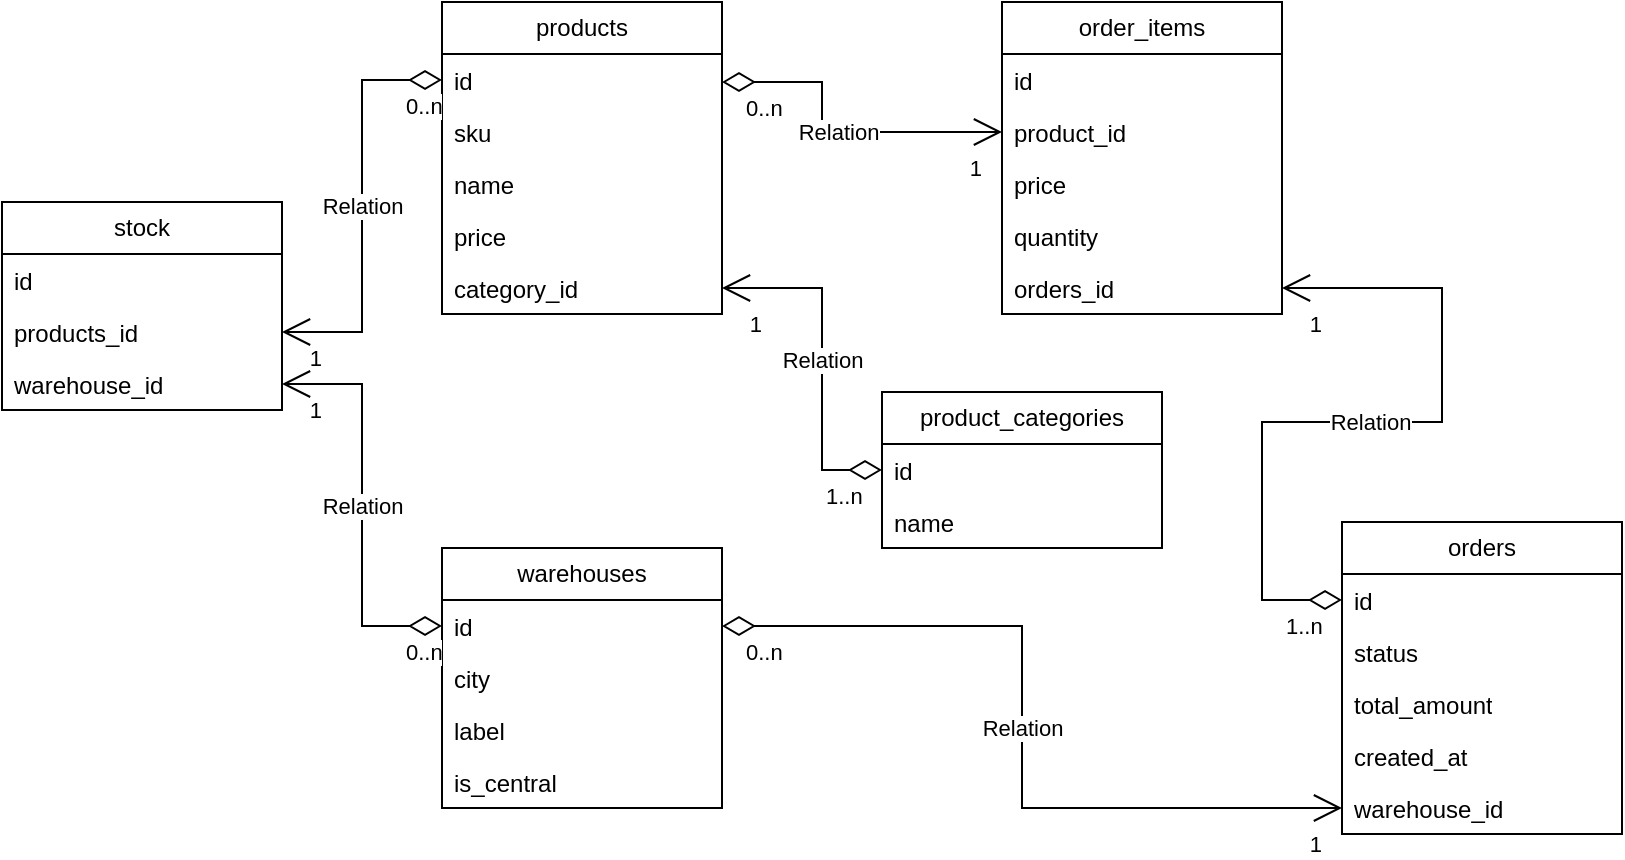
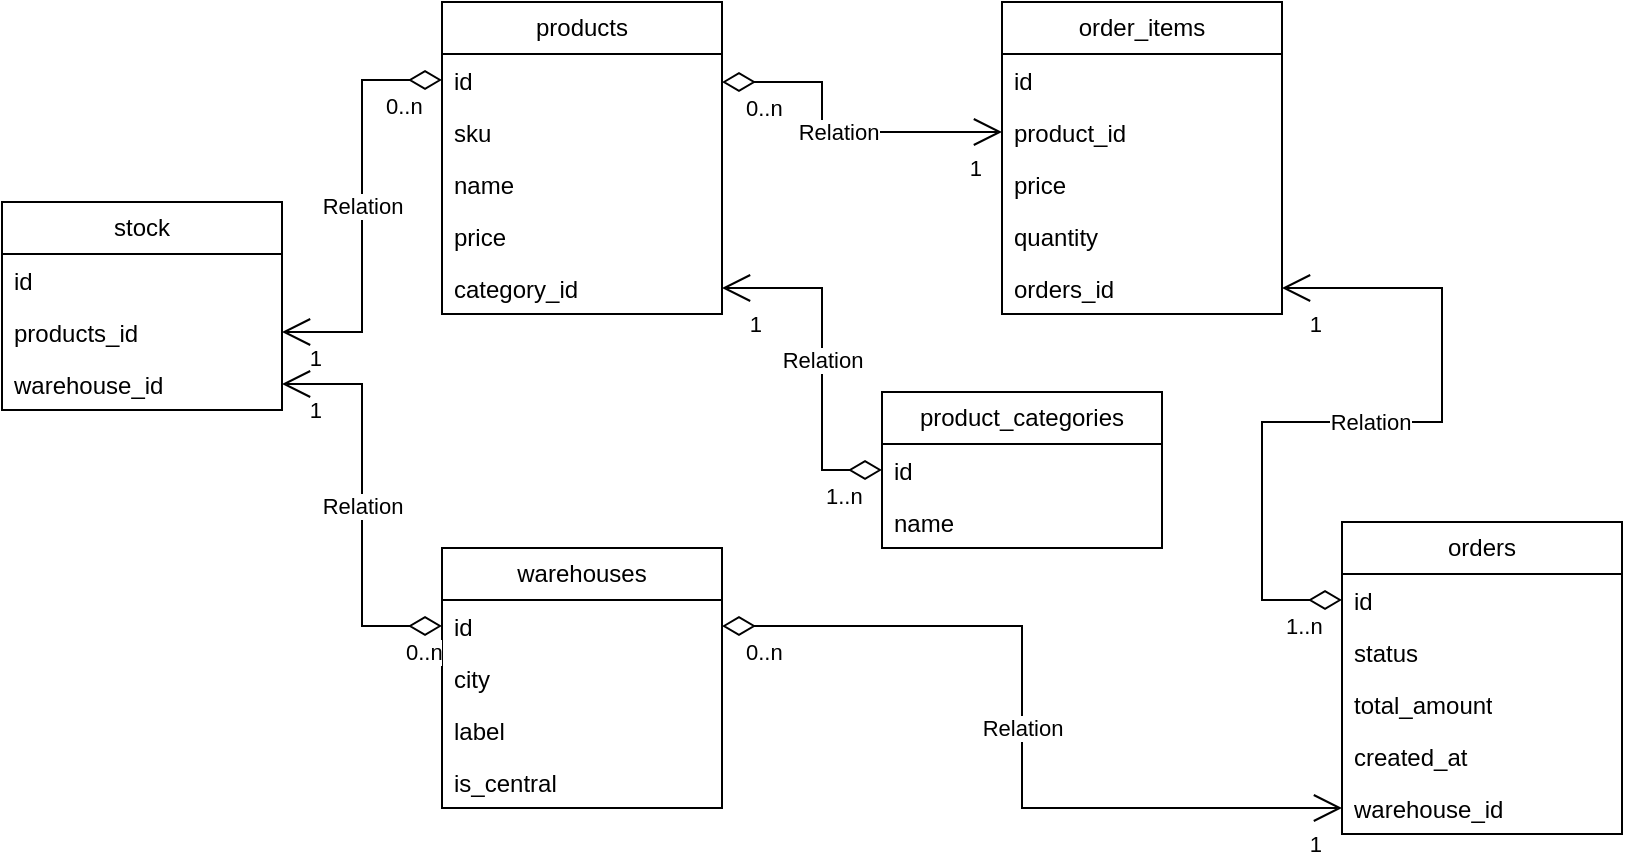
<mxfile host="Electron">
  <diagram name="Page-1" id="gUcSfgLNdt7rPAKMaqMy">
-     <mxGraphModel dx="1583" dy="882" grid="1" gridSize="10" guides="1" tooltips="1" connect="1" arrows="1" fold="1" page="1" pageScale="1" pageWidth="850" pageHeight="1100" math="0" shadow="0">
+     <mxGraphModel dx="658" dy="882" grid="1" gridSize="10" guides="1" tooltips="1" connect="1" arrows="1" fold="1" page="1" pageScale="1" pageWidth="850" pageHeight="1100" math="0" shadow="0">
      <root>
        <mxCell id="0" />
        <mxCell id="1" parent="0" />
        <mxCell id="QjZsl1uf1OephT6UYBDD-1" parent="1" style="swimlane;fontStyle=0;childLayout=stackLayout;horizontal=1;startSize=26;fillColor=none;horizontalStack=0;resizeParent=1;resizeParentMax=0;resizeLast=0;collapsible=1;marginBottom=0;whiteSpace=wrap;html=1;" value="warehouses" vertex="1">
          <mxGeometry height="130" width="140" x="240" y="293" as="geometry" />
        </mxCell>
        <mxCell id="QjZsl1uf1OephT6UYBDD-2" parent="QjZsl1uf1OephT6UYBDD-1" style="text;strokeColor=none;fillColor=none;align=left;verticalAlign=top;spacingLeft=4;spacingRight=4;overflow=hidden;rotatable=0;points=[[0,0.5],[1,0.5]];portConstraint=eastwest;whiteSpace=wrap;html=1;" value="id" vertex="1">
          <mxGeometry height="26" width="140" y="26" as="geometry" />
        </mxCell>
        <mxCell id="QjZsl1uf1OephT6UYBDD-3" parent="QjZsl1uf1OephT6UYBDD-1" style="text;strokeColor=none;fillColor=none;align=left;verticalAlign=top;spacingLeft=4;spacingRight=4;overflow=hidden;rotatable=0;points=[[0,0.5],[1,0.5]];portConstraint=eastwest;whiteSpace=wrap;html=1;" value="city" vertex="1">
          <mxGeometry height="26" width="140" y="52" as="geometry" />
        </mxCell>
        <mxCell id="QjZsl1uf1OephT6UYBDD-4" parent="QjZsl1uf1OephT6UYBDD-1" style="text;strokeColor=none;fillColor=none;align=left;verticalAlign=top;spacingLeft=4;spacingRight=4;overflow=hidden;rotatable=0;points=[[0,0.5],[1,0.5]];portConstraint=eastwest;whiteSpace=wrap;html=1;" value="label" vertex="1">
          <mxGeometry height="26" width="140" y="78" as="geometry" />
        </mxCell>
        <mxCell id="QjZsl1uf1OephT6UYBDD-21" parent="QjZsl1uf1OephT6UYBDD-1" style="text;strokeColor=none;fillColor=none;align=left;verticalAlign=top;spacingLeft=4;spacingRight=4;overflow=hidden;rotatable=0;points=[[0,0.5],[1,0.5]];portConstraint=eastwest;whiteSpace=wrap;html=1;" value="is_central" vertex="1">
          <mxGeometry height="26" width="140" y="104" as="geometry" />
        </mxCell>
        <mxCell id="QjZsl1uf1OephT6UYBDD-5" parent="1" style="swimlane;fontStyle=0;childLayout=stackLayout;horizontal=1;startSize=26;fillColor=none;horizontalStack=0;resizeParent=1;resizeParentMax=0;resizeLast=0;collapsible=1;marginBottom=0;whiteSpace=wrap;html=1;" value="products" vertex="1">
          <mxGeometry height="156" width="140" x="240" y="20" as="geometry" />
        </mxCell>
        <mxCell id="QjZsl1uf1OephT6UYBDD-6" parent="QjZsl1uf1OephT6UYBDD-5" style="text;strokeColor=none;fillColor=none;align=left;verticalAlign=top;spacingLeft=4;spacingRight=4;overflow=hidden;rotatable=0;points=[[0,0.5],[1,0.5]];portConstraint=eastwest;whiteSpace=wrap;html=1;" value="id" vertex="1">
          <mxGeometry height="26" width="140" y="26" as="geometry" />
        </mxCell>
        <mxCell id="QjZsl1uf1OephT6UYBDD-7" parent="QjZsl1uf1OephT6UYBDD-5" style="text;strokeColor=none;fillColor=none;align=left;verticalAlign=top;spacingLeft=4;spacingRight=4;overflow=hidden;rotatable=0;points=[[0,0.5],[1,0.5]];portConstraint=eastwest;whiteSpace=wrap;html=1;" value="sku" vertex="1">
          <mxGeometry height="26" width="140" y="52" as="geometry" />
        </mxCell>
        <mxCell id="QjZsl1uf1OephT6UYBDD-8" parent="QjZsl1uf1OephT6UYBDD-5" style="text;strokeColor=none;fillColor=none;align=left;verticalAlign=top;spacingLeft=4;spacingRight=4;overflow=hidden;rotatable=0;points=[[0,0.5],[1,0.5]];portConstraint=eastwest;whiteSpace=wrap;html=1;" value="name" vertex="1">
          <mxGeometry height="26" width="140" y="78" as="geometry" />
        </mxCell>
        <mxCell id="QjZsl1uf1OephT6UYBDD-20" parent="QjZsl1uf1OephT6UYBDD-5" style="text;strokeColor=none;fillColor=none;align=left;verticalAlign=top;spacingLeft=4;spacingRight=4;overflow=hidden;rotatable=0;points=[[0,0.5],[1,0.5]];portConstraint=eastwest;whiteSpace=wrap;html=1;" value="price" vertex="1">
          <mxGeometry height="26" width="140" y="104" as="geometry" />
        </mxCell>
        <mxCell id="QjZsl1uf1OephT6UYBDD-19" parent="QjZsl1uf1OephT6UYBDD-5" style="text;strokeColor=none;fillColor=none;align=left;verticalAlign=top;spacingLeft=4;spacingRight=4;overflow=hidden;rotatable=0;points=[[0,0.5],[1,0.5]];portConstraint=eastwest;whiteSpace=wrap;html=1;" value="category_id" vertex="1">
          <mxGeometry height="26" width="140" y="130" as="geometry" />
        </mxCell>
        <mxCell id="QjZsl1uf1OephT6UYBDD-13" parent="1" style="swimlane;fontStyle=0;childLayout=stackLayout;horizontal=1;startSize=26;fillColor=none;horizontalStack=0;resizeParent=1;resizeParentMax=0;resizeLast=0;collapsible=1;marginBottom=0;whiteSpace=wrap;html=1;" value="orders" vertex="1">
          <mxGeometry height="156" width="140" x="690" y="280" as="geometry" />
        </mxCell>
        <mxCell id="QjZsl1uf1OephT6UYBDD-14" parent="QjZsl1uf1OephT6UYBDD-13" style="text;strokeColor=none;fillColor=none;align=left;verticalAlign=top;spacingLeft=4;spacingRight=4;overflow=hidden;rotatable=0;points=[[0,0.5],[1,0.5]];portConstraint=eastwest;whiteSpace=wrap;html=1;" value="id&lt;div&gt;&lt;br&gt;&lt;/div&gt;" vertex="1">
          <mxGeometry height="26" width="140" y="26" as="geometry" />
        </mxCell>
        <mxCell id="QjZsl1uf1OephT6UYBDD-15" parent="QjZsl1uf1OephT6UYBDD-13" style="text;strokeColor=none;fillColor=none;align=left;verticalAlign=top;spacingLeft=4;spacingRight=4;overflow=hidden;rotatable=0;points=[[0,0.5],[1,0.5]];portConstraint=eastwest;whiteSpace=wrap;html=1;" value="status" vertex="1">
          <mxGeometry height="26" width="140" y="52" as="geometry" />
        </mxCell>
        <mxCell id="QjZsl1uf1OephT6UYBDD-17" parent="QjZsl1uf1OephT6UYBDD-13" style="text;strokeColor=none;fillColor=none;align=left;verticalAlign=top;spacingLeft=4;spacingRight=4;overflow=hidden;rotatable=0;points=[[0,0.5],[1,0.5]];portConstraint=eastwest;whiteSpace=wrap;html=1;" value="total_amount" vertex="1">
          <mxGeometry height="26" width="140" y="78" as="geometry" />
        </mxCell>
        <mxCell id="QjZsl1uf1OephT6UYBDD-18" parent="QjZsl1uf1OephT6UYBDD-13" style="text;strokeColor=none;fillColor=none;align=left;verticalAlign=top;spacingLeft=4;spacingRight=4;overflow=hidden;rotatable=0;points=[[0,0.5],[1,0.5]];portConstraint=eastwest;whiteSpace=wrap;html=1;" value="created_at" vertex="1">
          <mxGeometry height="26" width="140" y="104" as="geometry" />
        </mxCell>
        <mxCell id="QjZsl1uf1OephT6UYBDD-16" parent="QjZsl1uf1OephT6UYBDD-13" style="text;strokeColor=none;fillColor=none;align=left;verticalAlign=top;spacingLeft=4;spacingRight=4;overflow=hidden;rotatable=0;points=[[0,0.5],[1,0.5]];portConstraint=eastwest;whiteSpace=wrap;html=1;" value="warehouse_id" vertex="1">
          <mxGeometry height="26" width="140" y="130" as="geometry" />
        </mxCell>
        <mxCell id="QjZsl1uf1OephT6UYBDD-24" parent="1" style="swimlane;fontStyle=0;childLayout=stackLayout;horizontal=1;startSize=26;fillColor=none;horizontalStack=0;resizeParent=1;resizeParentMax=0;resizeLast=0;collapsible=1;marginBottom=0;whiteSpace=wrap;html=1;" value="order_items" vertex="1">
          <mxGeometry height="156" width="140" x="520" y="20" as="geometry" />
        </mxCell>
        <mxCell id="QjZsl1uf1OephT6UYBDD-25" parent="QjZsl1uf1OephT6UYBDD-24" style="text;strokeColor=none;fillColor=none;align=left;verticalAlign=top;spacingLeft=4;spacingRight=4;overflow=hidden;rotatable=0;points=[[0,0.5],[1,0.5]];portConstraint=eastwest;whiteSpace=wrap;html=1;" value="id&lt;div&gt;&lt;br&gt;&lt;/div&gt;" vertex="1">
          <mxGeometry height="26" width="140" y="26" as="geometry" />
        </mxCell>
        <mxCell id="QjZsl1uf1OephT6UYBDD-26" parent="QjZsl1uf1OephT6UYBDD-24" style="text;strokeColor=none;fillColor=none;align=left;verticalAlign=top;spacingLeft=4;spacingRight=4;overflow=hidden;rotatable=0;points=[[0,0.5],[1,0.5]];portConstraint=eastwest;whiteSpace=wrap;html=1;" value="product_id" vertex="1">
          <mxGeometry height="26" width="140" y="52" as="geometry" />
        </mxCell>
        <mxCell id="QjZsl1uf1OephT6UYBDD-27" parent="QjZsl1uf1OephT6UYBDD-24" style="text;strokeColor=none;fillColor=none;align=left;verticalAlign=top;spacingLeft=4;spacingRight=4;overflow=hidden;rotatable=0;points=[[0,0.5],[1,0.5]];portConstraint=eastwest;whiteSpace=wrap;html=1;" value="price" vertex="1">
          <mxGeometry height="26" width="140" y="78" as="geometry" />
        </mxCell>
        <mxCell id="QjZsl1uf1OephT6UYBDD-48" parent="QjZsl1uf1OephT6UYBDD-24" style="text;strokeColor=none;fillColor=none;align=left;verticalAlign=top;spacingLeft=4;spacingRight=4;overflow=hidden;rotatable=0;points=[[0,0.5],[1,0.5]];portConstraint=eastwest;whiteSpace=wrap;html=1;" value="quantity" vertex="1">
          <mxGeometry height="26" width="140" y="104" as="geometry" />
        </mxCell>
        <mxCell id="QjZsl1uf1OephT6UYBDD-28" parent="QjZsl1uf1OephT6UYBDD-24" style="text;strokeColor=none;fillColor=none;align=left;verticalAlign=top;spacingLeft=4;spacingRight=4;overflow=hidden;rotatable=0;points=[[0,0.5],[1,0.5]];portConstraint=eastwest;whiteSpace=wrap;html=1;" value="orders_id" vertex="1">
          <mxGeometry height="26" width="140" y="130" as="geometry" />
        </mxCell>
        <mxCell id="QjZsl1uf1OephT6UYBDD-30" parent="1" style="swimlane;fontStyle=0;childLayout=stackLayout;horizontal=1;startSize=26;fillColor=none;horizontalStack=0;resizeParent=1;resizeParentMax=0;resizeLast=0;collapsible=1;marginBottom=0;whiteSpace=wrap;html=1;" value="stock" vertex="1">
          <mxGeometry height="104" width="140" x="20" y="120" as="geometry" />
        </mxCell>
        <mxCell id="QjZsl1uf1OephT6UYBDD-31" parent="QjZsl1uf1OephT6UYBDD-30" style="text;strokeColor=none;fillColor=none;align=left;verticalAlign=top;spacingLeft=4;spacingRight=4;overflow=hidden;rotatable=0;points=[[0,0.5],[1,0.5]];portConstraint=eastwest;whiteSpace=wrap;html=1;" value="id" vertex="1">
          <mxGeometry height="26" width="140" y="26" as="geometry" />
        </mxCell>
        <mxCell id="QjZsl1uf1OephT6UYBDD-33" parent="QjZsl1uf1OephT6UYBDD-30" style="text;strokeColor=none;fillColor=none;align=left;verticalAlign=top;spacingLeft=4;spacingRight=4;overflow=hidden;rotatable=0;points=[[0,0.5],[1,0.5]];portConstraint=eastwest;whiteSpace=wrap;html=1;" value="products_id" vertex="1">
          <mxGeometry height="26" width="140" y="52" as="geometry" />
        </mxCell>
        <mxCell id="QjZsl1uf1OephT6UYBDD-32" parent="QjZsl1uf1OephT6UYBDD-30" style="text;strokeColor=none;fillColor=none;align=left;verticalAlign=top;spacingLeft=4;spacingRight=4;overflow=hidden;rotatable=0;points=[[0,0.5],[1,0.5]];portConstraint=eastwest;whiteSpace=wrap;html=1;" value="warehouse_id" vertex="1">
          <mxGeometry height="26" width="140" y="78" as="geometry" />
        </mxCell>
        <mxCell id="QjZsl1uf1OephT6UYBDD-35" edge="1" parent="1" source="QjZsl1uf1OephT6UYBDD-6" style="endArrow=open;html=1;endSize=12;startArrow=diamondThin;startSize=14;startFill=0;edgeStyle=orthogonalEdgeStyle;rounded=0;exitX=0;exitY=0.5;exitDx=0;exitDy=0;" target="QjZsl1uf1OephT6UYBDD-33" value="Relation">
          <mxGeometry relative="1" as="geometry">
            <mxPoint x="220" y="160" as="sourcePoint" />
            <mxPoint x="380" y="160" as="targetPoint" />
          </mxGeometry>
        </mxCell>
        <mxCell id="QjZsl1uf1OephT6UYBDD-36" connectable="0" parent="QjZsl1uf1OephT6UYBDD-35" style="edgeLabel;resizable=0;html=1;align=left;verticalAlign=top;" value="0..n" vertex="1">
          <mxGeometry relative="1" x="-1" as="geometry">
-             <mxPoint x="-20" as="offset" />
+             <mxPoint x="-30" as="offset" />
          </mxGeometry>
        </mxCell>
        <mxCell id="QjZsl1uf1OephT6UYBDD-37" connectable="0" parent="QjZsl1uf1OephT6UYBDD-35" style="edgeLabel;resizable=0;html=1;align=right;verticalAlign=top;" value="1" vertex="1">
          <mxGeometry relative="1" x="1" as="geometry">
            <mxPoint x="20" as="offset" />
          </mxGeometry>
        </mxCell>
        <mxCell id="QjZsl1uf1OephT6UYBDD-41" edge="1" parent="1" source="QjZsl1uf1OephT6UYBDD-2" style="endArrow=open;html=1;endSize=12;startArrow=diamondThin;startSize=14;startFill=0;edgeStyle=orthogonalEdgeStyle;rounded=0;exitX=0;exitY=0.5;exitDx=0;exitDy=0;entryX=1;entryY=0.5;entryDx=0;entryDy=0;" target="QjZsl1uf1OephT6UYBDD-32" value="Relation">
          <mxGeometry relative="1" as="geometry">
            <mxPoint x="190" y="280" as="sourcePoint" />
            <mxPoint x="60" y="406" as="targetPoint" />
          </mxGeometry>
        </mxCell>
        <mxCell id="QjZsl1uf1OephT6UYBDD-42" connectable="0" parent="QjZsl1uf1OephT6UYBDD-41" style="edgeLabel;resizable=0;html=1;align=left;verticalAlign=top;" value="0..n" vertex="1">
          <mxGeometry relative="1" x="-1" as="geometry">
            <mxPoint x="-20" as="offset" />
          </mxGeometry>
        </mxCell>
        <mxCell id="QjZsl1uf1OephT6UYBDD-43" connectable="0" parent="QjZsl1uf1OephT6UYBDD-41" style="edgeLabel;resizable=0;html=1;align=right;verticalAlign=top;" value="1" vertex="1">
          <mxGeometry relative="1" x="1" as="geometry">
            <mxPoint x="20" as="offset" />
          </mxGeometry>
        </mxCell>
        <mxCell id="QjZsl1uf1OephT6UYBDD-49" edge="1" parent="1" source="QjZsl1uf1OephT6UYBDD-6" style="endArrow=open;html=1;endSize=12;startArrow=diamondThin;startSize=14;startFill=0;edgeStyle=orthogonalEdgeStyle;rounded=0;entryX=0;entryY=0.5;entryDx=0;entryDy=0;" target="QjZsl1uf1OephT6UYBDD-26" value="Relation">
          <mxGeometry relative="1" as="geometry">
            <Array as="points">
              <mxPoint x="430" y="60" />
              <mxPoint x="430" y="85" />
            </Array>
            <mxPoint x="770" y="60" as="sourcePoint" />
            <mxPoint x="690" y="186" as="targetPoint" />
          </mxGeometry>
        </mxCell>
        <mxCell id="QjZsl1uf1OephT6UYBDD-50" connectable="0" parent="QjZsl1uf1OephT6UYBDD-49" style="edgeLabel;resizable=0;html=1;align=left;verticalAlign=top;" value="0..n" vertex="1">
          <mxGeometry relative="1" x="-1" as="geometry">
            <mxPoint x="10" as="offset" />
          </mxGeometry>
        </mxCell>
        <mxCell id="QjZsl1uf1OephT6UYBDD-51" connectable="0" parent="QjZsl1uf1OephT6UYBDD-49" style="edgeLabel;resizable=0;html=1;align=right;verticalAlign=top;" value="1" vertex="1">
          <mxGeometry relative="1" x="1" as="geometry">
            <mxPoint x="-10" y="5" as="offset" />
          </mxGeometry>
        </mxCell>
        <mxCell id="QjZsl1uf1OephT6UYBDD-9" parent="1" style="swimlane;fontStyle=0;childLayout=stackLayout;horizontal=1;startSize=26;fillColor=none;horizontalStack=0;resizeParent=1;resizeParentMax=0;resizeLast=0;collapsible=1;marginBottom=0;whiteSpace=wrap;html=1;" value="product_categories" vertex="1">
          <mxGeometry height="78" width="140" x="460" y="215" as="geometry" />
        </mxCell>
        <mxCell id="QjZsl1uf1OephT6UYBDD-10" parent="QjZsl1uf1OephT6UYBDD-9" style="text;strokeColor=none;fillColor=none;align=left;verticalAlign=top;spacingLeft=4;spacingRight=4;overflow=hidden;rotatable=0;points=[[0,0.5],[1,0.5]];portConstraint=eastwest;whiteSpace=wrap;html=1;" value="id&lt;div&gt;&lt;br&gt;&lt;/div&gt;" vertex="1">
          <mxGeometry height="26" width="140" y="26" as="geometry" />
        </mxCell>
        <mxCell id="QjZsl1uf1OephT6UYBDD-11" parent="QjZsl1uf1OephT6UYBDD-9" style="text;strokeColor=none;fillColor=none;align=left;verticalAlign=top;spacingLeft=4;spacingRight=4;overflow=hidden;rotatable=0;points=[[0,0.5],[1,0.5]];portConstraint=eastwest;whiteSpace=wrap;html=1;" value="name" vertex="1">
          <mxGeometry height="26" width="140" y="52" as="geometry" />
        </mxCell>
        <mxCell id="QjZsl1uf1OephT6UYBDD-52" edge="1" parent="1" source="QjZsl1uf1OephT6UYBDD-14" style="endArrow=open;html=1;endSize=12;startArrow=diamondThin;startSize=14;startFill=0;edgeStyle=orthogonalEdgeStyle;rounded=0;entryX=1;entryY=0.5;entryDx=0;entryDy=0;exitX=0;exitY=0.5;exitDx=0;exitDy=0;" target="QjZsl1uf1OephT6UYBDD-28" value="Relation">
          <mxGeometry relative="1" as="geometry">
            <Array as="points">
              <mxPoint x="650" y="319" />
              <mxPoint x="650" y="230" />
              <mxPoint x="740" y="230" />
              <mxPoint x="740" y="163" />
            </Array>
            <mxPoint x="450" y="420" as="sourcePoint" />
            <mxPoint x="830" y="155" as="targetPoint" />
          </mxGeometry>
        </mxCell>
        <mxCell id="QjZsl1uf1OephT6UYBDD-53" connectable="0" parent="QjZsl1uf1OephT6UYBDD-52" style="edgeLabel;resizable=0;html=1;align=left;verticalAlign=top;" value="1..n" vertex="1">
          <mxGeometry relative="1" x="-1" as="geometry">
            <mxPoint x="-30" as="offset" />
          </mxGeometry>
        </mxCell>
        <mxCell id="QjZsl1uf1OephT6UYBDD-54" connectable="0" parent="QjZsl1uf1OephT6UYBDD-52" style="edgeLabel;resizable=0;html=1;align=right;verticalAlign=top;" value="1" vertex="1">
          <mxGeometry relative="1" x="1" as="geometry">
            <mxPoint x="20" y="5" as="offset" />
          </mxGeometry>
        </mxCell>
        <mxCell id="QjZsl1uf1OephT6UYBDD-56" edge="1" parent="1" source="QjZsl1uf1OephT6UYBDD-2" style="endArrow=open;html=1;endSize=12;startArrow=diamondThin;startSize=14;startFill=0;edgeStyle=orthogonalEdgeStyle;rounded=0;entryX=0;entryY=0.5;entryDx=0;entryDy=0;exitX=1;exitY=0.5;exitDx=0;exitDy=0;" target="QjZsl1uf1OephT6UYBDD-16" value="Relation">
          <mxGeometry relative="1" as="geometry">
            <Array as="points">
              <mxPoint x="530" y="332" />
              <mxPoint x="530" y="423" />
            </Array>
            <mxPoint x="690" y="406" as="sourcePoint" />
            <mxPoint x="660" y="250" as="targetPoint" />
          </mxGeometry>
        </mxCell>
        <mxCell id="QjZsl1uf1OephT6UYBDD-57" connectable="0" parent="QjZsl1uf1OephT6UYBDD-56" style="edgeLabel;resizable=0;html=1;align=left;verticalAlign=top;" value="0..n" vertex="1">
          <mxGeometry relative="1" x="-1" as="geometry">
            <mxPoint x="10" as="offset" />
          </mxGeometry>
        </mxCell>
        <mxCell id="QjZsl1uf1OephT6UYBDD-58" connectable="0" parent="QjZsl1uf1OephT6UYBDD-56" style="edgeLabel;resizable=0;html=1;align=right;verticalAlign=top;" value="1" vertex="1">
          <mxGeometry relative="1" x="1" as="geometry">
            <mxPoint x="-10" y="5" as="offset" />
          </mxGeometry>
        </mxCell>
        <mxCell id="QjZsl1uf1OephT6UYBDD-59" edge="1" parent="1" source="QjZsl1uf1OephT6UYBDD-10" style="endArrow=open;html=1;endSize=12;startArrow=diamondThin;startSize=14;startFill=0;edgeStyle=orthogonalEdgeStyle;rounded=0;entryX=1;entryY=0.5;entryDx=0;entryDy=0;exitX=0;exitY=0.5;exitDx=0;exitDy=0;" target="QjZsl1uf1OephT6UYBDD-19" value="Relation">
          <mxGeometry relative="1" as="geometry">
            <Array as="points">
              <mxPoint x="430" y="254" />
              <mxPoint x="430" y="163" />
            </Array>
            <mxPoint x="420" y="60" as="sourcePoint" />
            <mxPoint x="560" y="85" as="targetPoint" />
          </mxGeometry>
        </mxCell>
        <mxCell id="QjZsl1uf1OephT6UYBDD-60" connectable="0" parent="QjZsl1uf1OephT6UYBDD-59" style="edgeLabel;resizable=0;html=1;align=left;verticalAlign=top;" value="1..n" vertex="1">
          <mxGeometry relative="1" x="-1" as="geometry">
            <mxPoint x="-30" as="offset" />
          </mxGeometry>
        </mxCell>
        <mxCell id="QjZsl1uf1OephT6UYBDD-61" connectable="0" parent="QjZsl1uf1OephT6UYBDD-59" style="edgeLabel;resizable=0;html=1;align=right;verticalAlign=top;" value="1" vertex="1">
          <mxGeometry relative="1" x="1" as="geometry">
            <mxPoint x="20" y="5" as="offset" />
          </mxGeometry>
        </mxCell>
      </root>
    </mxGraphModel>
  </diagram>
</mxfile>
